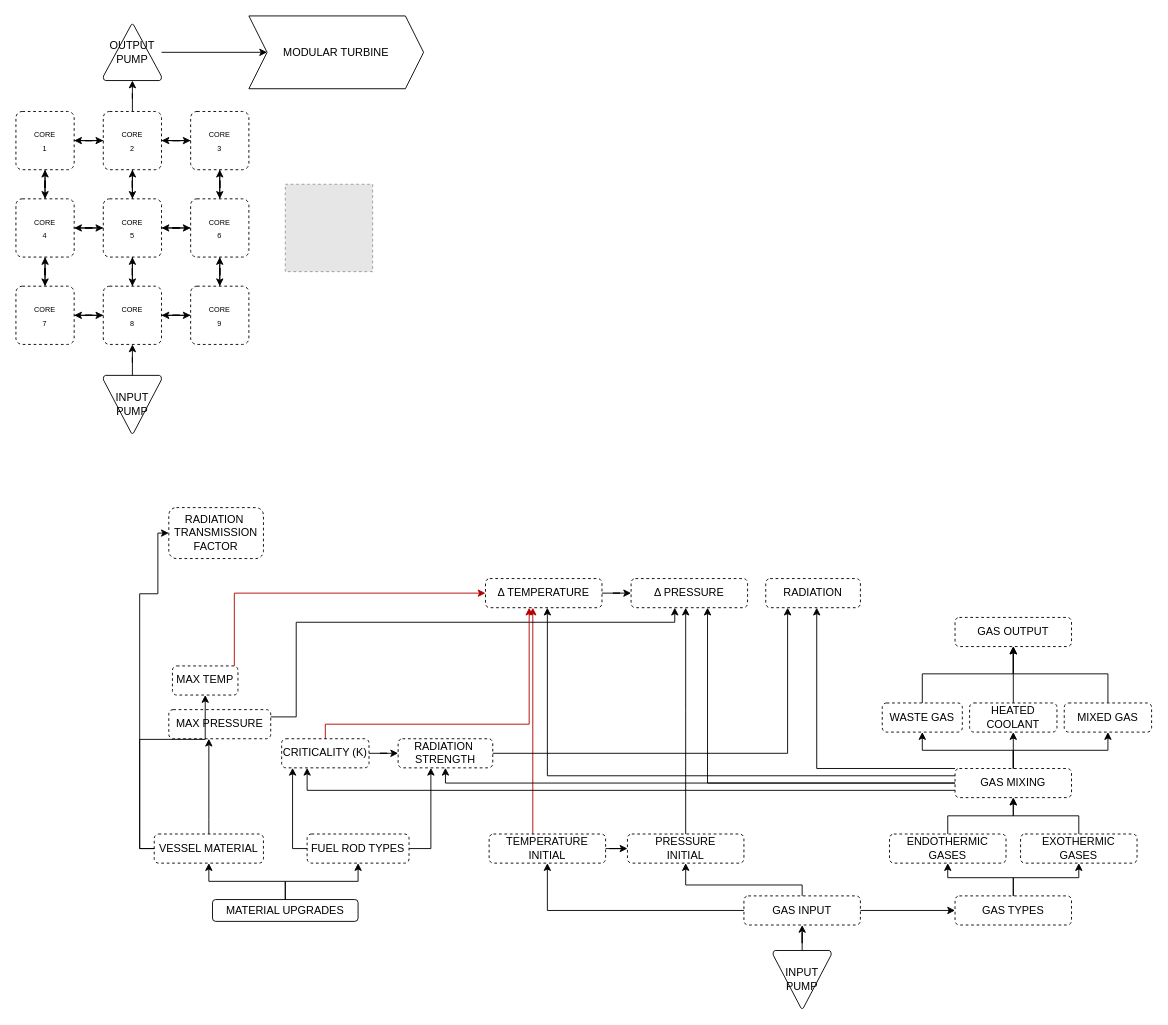
DoctorSquishy/SS13_Modular_Reactor keeps this draw.io diagram as Modular_Reactor_Planning.drawio. Above is the earlier version. Source tidied: cells renumbered, new cells numbered last; positions are measured from the earlier drawing's top-left corner, leaving out a move shared by most shapes. Both pictures are drawn from the tidied source at 91%, with x=0, y=0 at pixel (15, 15). Pictures stored in the file or linked from it are replaced by grey dashed boxes.
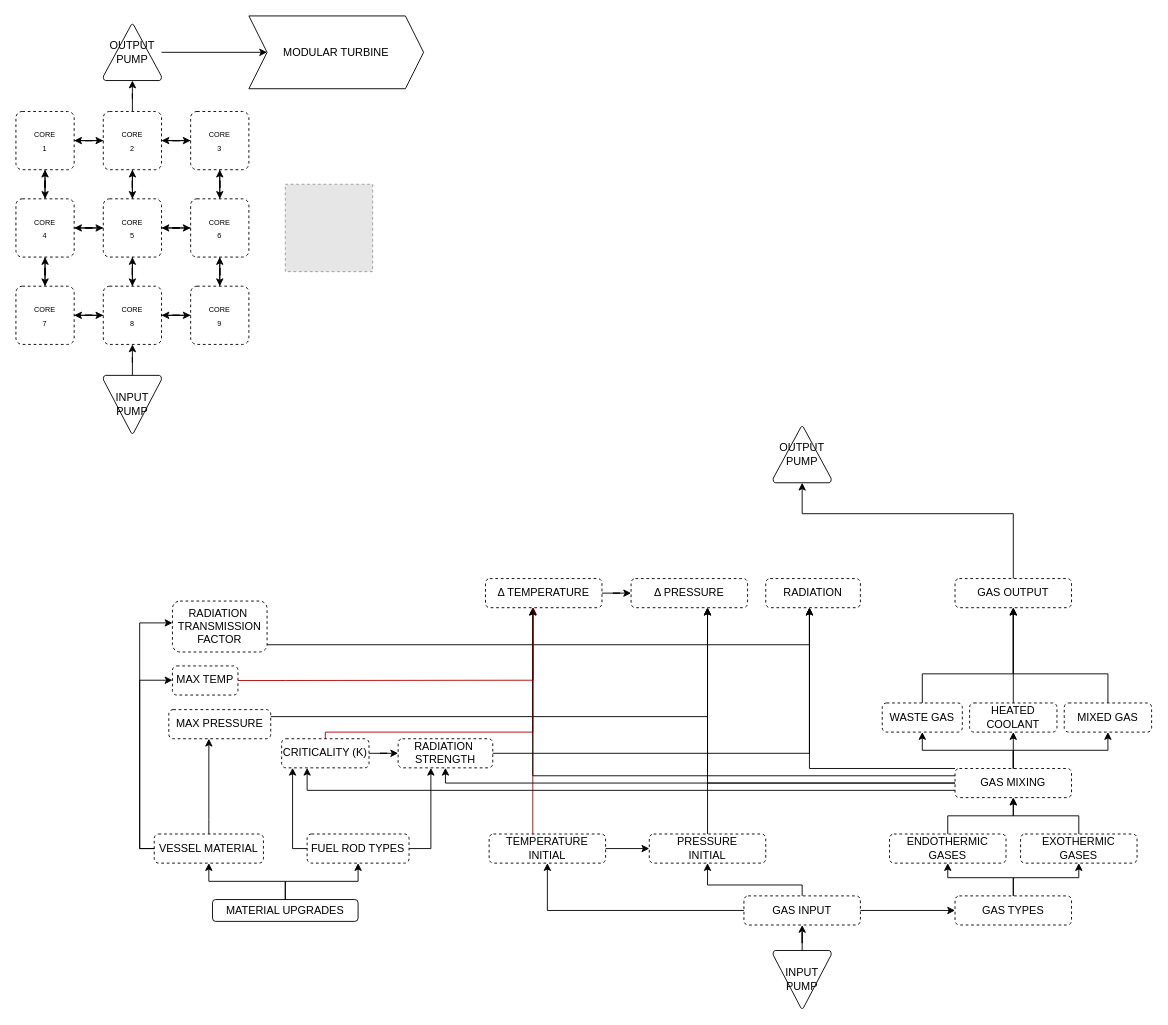
After the change.

Unchanged cells that the change refers to:
```xml
<mxCell id="41" value="GAS INPUT" style="rounded=1;whiteSpace=wrap;html=1;fillColor=none;dashed=1;" parent="1" vertex="1">
  <mxGeometry x="800" y="967" width="128" height="32" as="geometry" />
</mxCell>
<mxCell id="54" value="Δ TEMPERATURE" style="rounded=1;whiteSpace=wrap;html=1;dashed=1;strokeColor=light-dark(#000000,#FF6666);" parent="1" vertex="1">
  <mxGeometry x="516" y="618.3" width="128" height="32" as="geometry" />
</mxCell>
<mxCell id="55" value="Δ PRESSURE" style="rounded=1;whiteSpace=wrap;html=1;fillColor=none;dashed=1;" parent="1" vertex="1">
  <mxGeometry x="676" y="618.3" width="128" height="32" as="geometry" />
</mxCell>
<mxCell id="59" value="VESSEL MATERIAL" style="rounded=1;whiteSpace=wrap;html=1;fillColor=none;dashed=1;" parent="1" vertex="1">
  <mxGeometry x="152" y="899" width="120" height="32" as="geometry" />
</mxCell>
<mxCell id="62" value="MAX TEMP" style="rounded=1;whiteSpace=wrap;html=1;fillColor=none;dashed=1;" parent="1" vertex="1">
  <mxGeometry x="172" y="714.3" width="72" height="32" as="geometry" />
</mxCell>
<mxCell id="64" value="MAX PRESSURE" style="rounded=1;whiteSpace=wrap;html=1;fillColor=none;dashed=1;" parent="1" vertex="1">
  <mxGeometry x="168" y="762.3" width="112" height="32" as="geometry" />
</mxCell>
<mxCell id="65" value="&lt;div&gt;RADIATION&amp;nbsp;&lt;/div&gt;STRENGTH" style="rounded=1;whiteSpace=wrap;html=1;fillColor=none;dashed=1;strokeColor=light-dark(#000000,#97D077);" parent="1" vertex="1">
  <mxGeometry x="420" y="794.3" width="104" height="32" as="geometry" />
</mxCell>
<mxCell id="79" value="CRITICALITY (K)" style="rounded=1;whiteSpace=wrap;html=1;fillColor=none;dashed=1;" parent="1" vertex="1">
  <mxGeometry x="292" y="794.3" width="96" height="32" as="geometry" />
</mxCell>
<mxCell id="88" value="&lt;div&gt;GAS MIXING&lt;/div&gt;" style="rounded=1;whiteSpace=wrap;html=1;fillColor=none;dashed=1;" parent="1" vertex="1">
  <mxGeometry x="1032" y="827" width="128" height="32" as="geometry" />
</mxCell>
<mxCell id="100" value="RADIATION" style="rounded=1;whiteSpace=wrap;html=1;fillColor=none;dashed=1;strokeColor=light-dark(#000000,#4D9900);" parent="1" vertex="1">
  <mxGeometry x="824" y="618.3" width="104" height="32" as="geometry" />
</mxCell>
```

Change to the diagram source:
```diff
@@
     <mxCell id="39" style="edgeStyle=orthogonalEdgeStyle;rounded=0;jettySize=auto;html=1;" parent="1" edge="1" source="41" target="46">
       <mxGeometry relative="1" as="geometry">
         <Array as="points">
           <mxPoint x="864" y="955" />
-          <mxPoint x="736" y="955" />
+          <mxPoint x="760" y="955" />
         </Array>
       </mxGeometry>
     </mxCell>
@@
     <mxCell id="45" style="edgeStyle=orthogonalEdgeStyle;rounded=0;jettySize=auto;html=1;" parent="1" edge="1" source="46" target="55">
       <mxGeometry relative="1" as="geometry">
         <Array as="points">
-          <mxPoint x="736" y="763" />
-          <mxPoint x="736" y="763" />
+          <mxPoint x="760" y="779" />
+          <mxPoint x="760" y="779" />
         </Array>
       </mxGeometry>
     </mxCell>
     <mxCell id="46" value="&lt;div&gt;PRESSURE&lt;/div&gt;&lt;div&gt;INITIAL&lt;/div&gt;" style="rounded=1;whiteSpace=wrap;html=1;fillColor=none;dashed=1;" parent="1" vertex="1">
-      <mxGeometry x="672" y="899" width="128" height="32" as="geometry" />
+      <mxGeometry x="696" y="899" width="128" height="32" as="geometry" />
     </mxCell>
@@
     <mxCell id="57" style="edgeStyle=orthogonalEdgeStyle;rounded=0;jettySize=auto;html=1;" parent="1" edge="1" source="59" target="62">
       <mxGeometry relative="1" as="geometry">
         <Array as="points">
           <mxPoint x="136" y="915" />
-          <mxPoint x="136" y="795" />
+          <mxPoint x="136" y="730" />
         </Array>
       </mxGeometry>
     </mxCell>
-    <mxCell id="58" style="edgeStyle=orthogonalEdgeStyle;rounded=0;jettySize=auto;html=1;entryX=0;entryY=0.5;entryDx=0;entryDy=0;" parent="1" edge="1" source="59" target="60">
+    <mxCell id="58" style="edgeStyle=orthogonalEdgeStyle;rounded=0;jettySize=auto;html=1;" parent="1" edge="1" source="59" target="60">
       <mxGeometry relative="1" as="geometry">
         <Array as="points">
           <mxPoint x="136" y="915" />
-          <mxPoint x="136" y="635" />
-          <mxPoint x="156" y="635" />
+          <mxPoint x="136" y="667" />
         </Array>
       </mxGeometry>
     </mxCell>
@@
+    <mxCell id="102" style="edgeStyle=orthogonalEdgeStyle;rounded=0;jettySize=auto;html=1;strokeColor=light-dark(#000000,#4D9900);" parent="1" edge="1" source="60" target="100">
+      <mxGeometry relative="1" as="geometry">
+        <Array as="points">
+          <mxPoint x="872" y="691" />
+        </Array>
+      </mxGeometry>
+    </mxCell>
     <mxCell id="60" value="&lt;div&gt;RADIATION&amp;nbsp;&lt;/div&gt;&lt;div&gt;TRANSMISSION&lt;/div&gt;&lt;div&gt;FACTOR&lt;br&gt;&lt;/div&gt;" style="rounded=1;whiteSpace=wrap;html=1;fillColor=none;dashed=1;" parent="1" vertex="1">
-      <mxGeometry x="168" y="540.3" width="104" height="56" as="geometry" />
+      <mxGeometry x="172" y="643" width="104" height="56" as="geometry" />
     </mxCell>
-    <mxCell id="61" style="edgeStyle=orthogonalEdgeStyle;rounded=0;jettySize=auto;html=1;fillColor=#e51400;strokeColor=#B20000;" parent="1" edge="1" source="62" target="54">
+    <mxCell id="61" style="edgeStyle=orthogonalEdgeStyle;rounded=0;jettySize=auto;html=1;fillColor=#e51400;strokeColor=#B20000;entryX=0.409;entryY=0.979;entryDx=0;entryDy=0;entryPerimeter=0;" parent="1" edge="1" source="62" target="54">
       <mxGeometry relative="1" as="geometry">
         <Array as="points">
-          <mxPoint x="240" y="634.3" />
+          <mxPoint x="296" y="730" />
+          <mxPoint x="568" y="730" />
         </Array>
       </mxGeometry>
     </mxCell>
@@
     <mxCell id="63" style="edgeStyle=orthogonalEdgeStyle;rounded=0;jettySize=auto;html=1;" parent="1" edge="1" source="64" target="55">
       <mxGeometry relative="1" as="geometry">
         <Array as="points">
-          <mxPoint x="308" y="770.3" />
-          <mxPoint x="308" y="666.3" />
-          <mxPoint x="724" y="666.3" />
+          <mxPoint x="760" y="770" />
         </Array>
       </mxGeometry>
     </mxCell>
@@
     <mxCell id="77" style="edgeStyle=orthogonalEdgeStyle;rounded=0;jettySize=auto;html=1;fillColor=#e51400;strokeColor=#B20000;" parent="1" edge="1" source="79" target="54">
       <mxGeometry relative="1" as="geometry">
         <Array as="points">
-          <mxPoint x="564" y="778.3" />
+          <mxPoint x="340" y="787" />
+          <mxPoint x="568" y="787" />
         </Array>
       </mxGeometry>
     </mxCell>
@@
     <mxCell id="83" style="edgeStyle=orthogonalEdgeStyle;rounded=0;jettySize=auto;html=1;strokeColor=light-dark(#000000,#4D9900);" parent="1" edge="1" source="88" target="100">
       <mxGeometry relative="1" as="geometry">
         <Array as="points">
-          <mxPoint x="880" y="827" />
+          <mxPoint x="872" y="827" />
         </Array>
       </mxGeometry>
     </mxCell>
@@
     <mxCell id="85" style="edgeStyle=orthogonalEdgeStyle;rounded=0;jettySize=auto;html=1;strokeColor=light-dark(#000000,#FF9999);" parent="1" edge="1" source="88" target="54">
       <mxGeometry relative="1" as="geometry">
         <Array as="points">
-          <mxPoint x="584" y="835" />
+          <mxPoint x="568" y="835" />
         </Array>
       </mxGeometry>
     </mxCell>
@@
     <mxCell id="96" style="edgeStyle=orthogonalEdgeStyle;rounded=0;jettySize=auto;html=1;strokeColor=light-dark(#000000,#4D9900);" parent="1" edge="1" source="65" target="100">
       <mxGeometry relative="1" as="geometry">
         <Array as="points">
-          <mxPoint x="848" y="810" />
+          <mxPoint x="872" y="810" />
         </Array>
       </mxGeometry>
     </mxCell>
@@
+    <mxCell id="103" style="edgeStyle=orthogonalEdgeStyle;rounded=0;jettySize=auto;html=1;" parent="1" edge="1" source="101" target="104">
+      <mxGeometry relative="1" as="geometry">
+        <Array as="points">
+          <mxPoint x="1096" y="547" />
+          <mxPoint x="864" y="547" />
+        </Array>
+      </mxGeometry>
+    </mxCell>
     <mxCell id="101" value="&lt;div&gt;GAS OUTPUT&lt;/div&gt;" style="rounded=1;whiteSpace=wrap;html=1;fillColor=none;dashed=1;" parent="1" vertex="1">
-      <mxGeometry x="1032" y="661" width="128" height="32" as="geometry" />
+      <mxGeometry x="1032" y="618.3" width="128" height="32" as="geometry" />
     </mxCell>
+    <mxCell id="104" value="OUTPUT PUMP" style="strokeWidth=1;html=1;shape=mxgraph.flowchart.extract_or_measurement;whiteSpace=wrap;strokeColor=light-dark(#000000,#660000);fillColor=none;" parent="1" vertex="1">
+      <mxGeometry x="832" y="451" width="64" height="62" as="geometry" />
+    </mxCell>
```
